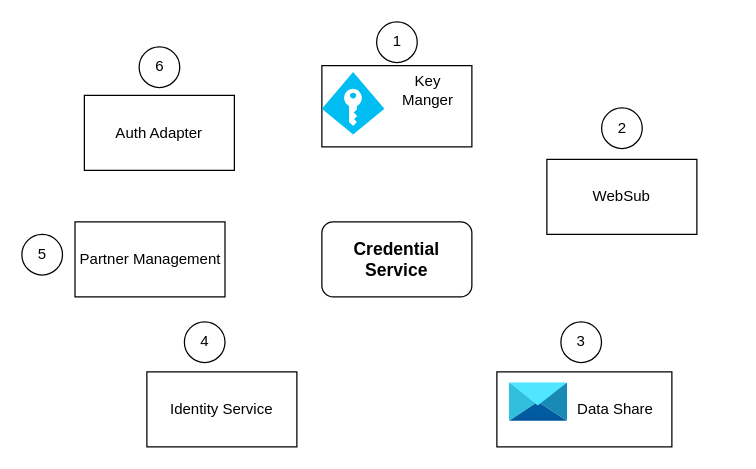
The draw.io diagram docs/_images/credential-service.drawio in mosip/documentation, before the edit. Source tidied: cells renumbered, new cells numbered last; positions are measured from the earlier drawing's top-left corner, leaving out a move shared by most shapes. Both pictures are drawn from the tidied source at 125%, with x=0, y=0 at pixel (21, 21).
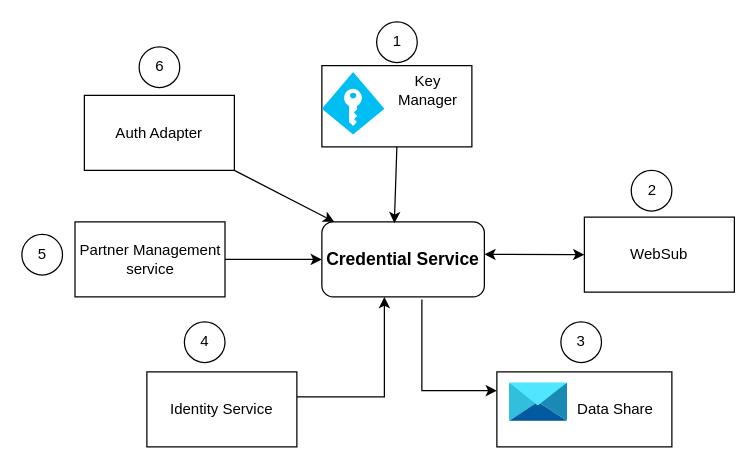
The same page after the edit.

Unchanged cells that the change refers to:
```xml
<mxCell id="2" style="rounded=0;whiteSpace=wrap;html=1;" parent="1" vertex="1">
  <mxGeometry x="240" y="35" width="120" height="65" as="geometry" />
</mxCell>
<mxCell id="7" style="rounded=0;whiteSpace=wrap;html=1;" parent="1" vertex="1">
  <mxGeometry x="380" y="280" width="140" height="60" as="geometry" />
</mxCell>
<mxCell id="16" value="Auth Adapter" style="rounded=0;whiteSpace=wrap;html=1;" parent="1" vertex="1">
  <mxGeometry x="50" y="58.8" width="120" height="60" as="geometry" />
</mxCell>
```

What changed in the source:
```diff
@@
     <mxCell id="3" value="WebSub" style="rounded=0;whiteSpace=wrap;html=1;" parent="1" vertex="1">
-      <mxGeometry x="420" y="110" width="120" height="60" as="geometry" />
+      <mxGeometry x="450" y="156.2" width="120" height="60" as="geometry" />
     </mxCell>
-    <mxCell id="4" value="Partner Management" style="rounded=0;whiteSpace=wrap;html=1;" parent="1" vertex="1">
+    <mxCell id="4" value="Partner Management service" style="rounded=0;whiteSpace=wrap;html=1;" parent="1" vertex="1">
       <mxGeometry x="42.5" y="160" width="120" height="60" as="geometry" />
     </mxCell>
@@
     <mxCell id="11" value="2" style="ellipse;whiteSpace=wrap;html=1;" parent="1" vertex="1">
-      <mxGeometry x="463.8" y="68.8" width="32.5" height="32.5" as="geometry" />
+      <mxGeometry x="487.5" y="118.8" width="32.5" height="32.5" as="geometry" />
     </mxCell>
@@
-    <mxCell id="13" value="Key Manger" style="text;html=1;strokeColor=none;fillColor=none;align=center;verticalAlign=middle;whiteSpace=wrap;rounded=0;" parent="1" vertex="1">
+    <mxCell id="13" value="Key Manager" style="text;html=1;strokeColor=none;fillColor=none;align=center;verticalAlign=middle;whiteSpace=wrap;rounded=0;" parent="1" vertex="1">
       <mxGeometry x="295" y="40" width="60" height="30" as="geometry" />
     </mxCell>
@@
     <mxCell id="18" value="&lt;b&gt;&lt;font style=&quot;font-size: 14px&quot;&gt;Credential Service&lt;/font&gt;&lt;/b&gt;" style="rounded=1;whiteSpace=wrap;html=1;" parent="1" vertex="1">
-      <mxGeometry x="240" y="160" width="120" height="60" as="geometry" />
+      <mxGeometry x="240" y="160" width="130" height="60" as="geometry" />
     </mxCell>
+    <mxCell id="19" style="endArrow=classic;html=1;rounded=0;fontSize=14;entryX=0;entryY=0.25;entryDx=0;entryDy=0;" parent="1" edge="1" target="7">
+      <mxGeometry relative="1" as="geometry">
+        <mxPoint x="320" y="222" as="sourcePoint" />
+        <Array as="points">
+          <mxPoint x="320" y="295" />
+        </Array>
+      </mxGeometry>
+    </mxCell>
+    <mxCell id="20" style="endArrow=classic;startArrow=classic;html=1;rounded=0;fontSize=14;entryX=0;entryY=0.5;entryDx=0;entryDy=0;" parent="1" edge="1" target="3">
+      <mxGeometry relative="1" as="geometry">
+        <mxPoint x="370" y="186" as="sourcePoint" />
+      </mxGeometry>
+    </mxCell>
+    <mxCell id="21" style="endArrow=classic;html=1;rounded=0;fontSize=14;exitX=0.5;exitY=1;exitDx=0;exitDy=0;entryX=0.446;entryY=0.017;entryDx=0;entryDy=0;entryPerimeter=0;" parent="1" edge="1" source="2" target="18">
+      <mxGeometry relative="1" as="geometry" />
+    </mxCell>
+    <mxCell id="22" style="endArrow=classic;html=1;rounded=0;fontSize=14;entryX=0;entryY=0.5;entryDx=0;entryDy=0;" parent="1" edge="1" target="18">
+      <mxGeometry relative="1" as="geometry">
+        <mxPoint x="162.5" y="190" as="sourcePoint" />
+      </mxGeometry>
+    </mxCell>
+    <mxCell id="23" style="endArrow=classic;html=1;rounded=0;fontSize=14;exitX=1;exitY=1;exitDx=0;exitDy=0;" parent="1" edge="1" source="16">
+      <mxGeometry relative="1" as="geometry">
+        <mxPoint x="250" y="160" as="targetPoint" />
+      </mxGeometry>
+    </mxCell>
+    <mxCell id="24" style="endArrow=classic;html=1;rounded=0;fontSize=14;" parent="1" edge="1">
+      <mxGeometry relative="1" as="geometry">
+        <mxPoint x="220" y="300" as="sourcePoint" />
+        <mxPoint x="290" y="220" as="targetPoint" />
+        <Array as="points">
+          <mxPoint x="290" y="300" />
+        </Array>
+      </mxGeometry>
+    </mxCell>
```
